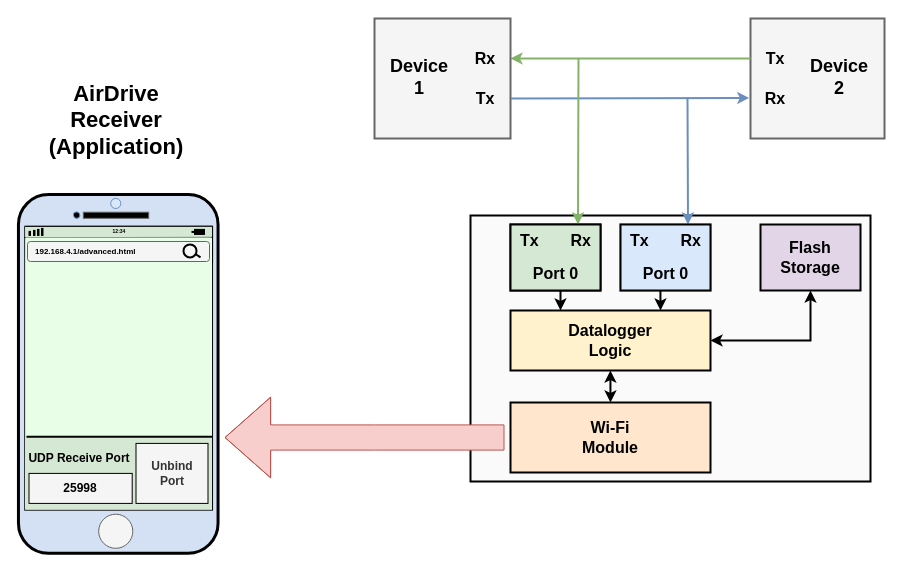
Before: diagrams/keeylog_airdrive_serial_logger/keeylog_airdrive_serial_logger.drawio in Doly02/thesis, a draw.io diagram. Source tidied: cells renumbered, new cells numbered last; positions are measured from the earlier drawing's top-left corner, leaving out a move shared by most shapes. Both pictures are drawn from the tidied source at 100%, with x=0, y=0 at pixel (-62, 17).
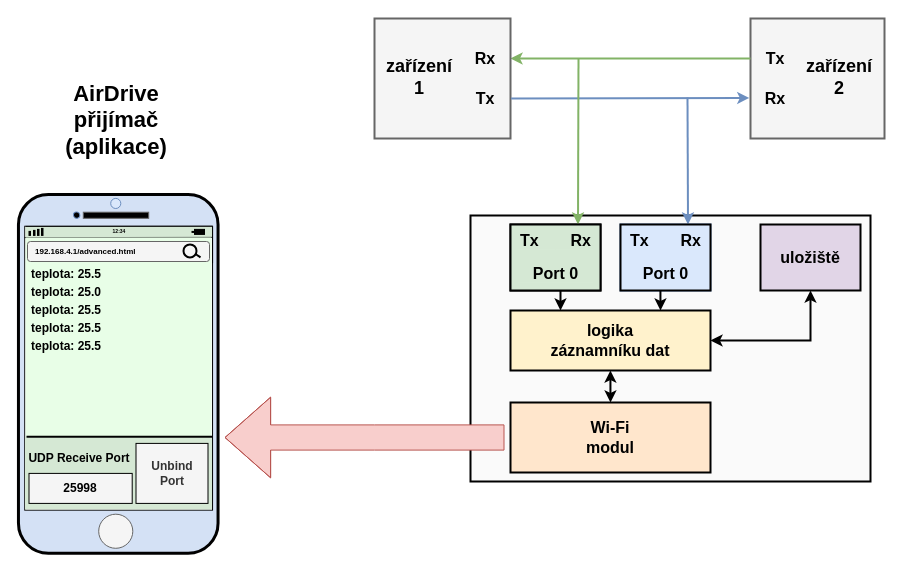
After the change.

Change to the diagram source:
```diff
@@
-    <mxCell id="11" value="&lt;font style=&quot;font-size: 16px;&quot;&gt;&lt;b&gt;Flash&lt;/b&gt;&lt;/font&gt;&lt;div&gt;&lt;font style=&quot;font-size: 16px;&quot;&gt;&lt;b&gt;Storage&lt;/b&gt;&lt;/font&gt;&lt;/div&gt;" style="rounded=0;whiteSpace=wrap;html=1;strokeWidth=2;fillColor=#e1d5e7;strokeColor=#000000;" parent="1" vertex="1">
+    <mxCell id="11" value="&lt;span style=&quot;font-size: 16px;&quot;&gt;&lt;b&gt;uložiště&lt;/b&gt;&lt;/span&gt;" style="rounded=0;whiteSpace=wrap;html=1;strokeWidth=2;fillColor=#e1d5e7;strokeColor=#000000;" parent="1" vertex="1">
       <mxGeometry x="822" y="207" width="100" height="66" as="geometry" />
     </mxCell>
@@
-    <mxCell id="16" value="&lt;font style=&quot;font-size: 16px;&quot;&gt;&lt;b&gt;Wi-Fi&lt;/b&gt;&lt;/font&gt;&lt;div&gt;&lt;font style=&quot;font-size: 16px;&quot;&gt;&lt;b&gt;Module&lt;/b&gt;&lt;/font&gt;&lt;/div&gt;" style="rounded=0;whiteSpace=wrap;html=1;strokeWidth=2;fillColor=#ffe6cc;strokeColor=#000000;" parent="1" vertex="1">
+    <mxCell id="16" value="&lt;font style=&quot;font-size: 16px;&quot;&gt;&lt;b&gt;Wi-Fi&lt;/b&gt;&lt;/font&gt;&lt;div&gt;&lt;font style=&quot;font-size: 16px;&quot;&gt;&lt;b&gt;modul&lt;/b&gt;&lt;/font&gt;&lt;/div&gt;" style="rounded=0;whiteSpace=wrap;html=1;strokeWidth=2;fillColor=#ffe6cc;strokeColor=#000000;" parent="1" vertex="1">
       <mxGeometry x="572" y="385" width="200" height="70" as="geometry" />
     </mxCell>
@@
-    <mxCell id="26" value="&lt;font style=&quot;font-size: 16px;&quot;&gt;&lt;b&gt;Datalogger&lt;/b&gt;&lt;/font&gt;&lt;div&gt;&lt;font style=&quot;font-size: 16px;&quot;&gt;&lt;b&gt;Logic&lt;/b&gt;&lt;/font&gt;&lt;/div&gt;" style="rounded=0;whiteSpace=wrap;html=1;strokeWidth=2;fillColor=#fff2cc;strokeColor=#000000;" parent="1" vertex="1">
+    <mxCell id="26" value="&lt;span style=&quot;font-size: 16px;&quot;&gt;&lt;b&gt;logika&lt;/b&gt;&lt;/span&gt;&lt;div&gt;&lt;span style=&quot;font-size: 16px;&quot;&gt;&lt;b&gt;záznamníku dat&lt;/b&gt;&lt;/span&gt;&lt;/div&gt;" style="rounded=0;whiteSpace=wrap;html=1;strokeWidth=2;fillColor=#fff2cc;strokeColor=#000000;" parent="1" vertex="1">
       <mxGeometry x="572" y="293" width="200" height="60" as="geometry" />
     </mxCell>
@@
-    <mxCell id="54" value="&lt;font style=&quot;font-size: 22px;&quot;&gt;&lt;b&gt;AirDrive&lt;/b&gt;&lt;/font&gt;&lt;div&gt;&lt;font style=&quot;font-size: 22px;&quot;&gt;&lt;b&gt;Receiver&lt;/b&gt;&lt;/font&gt;&lt;/div&gt;&lt;div&gt;&lt;font style=&quot;font-size: 22px;&quot;&gt;&lt;b&gt;(Application)&lt;/b&gt;&lt;/font&gt;&lt;/div&gt;" style="text;html=1;align=center;verticalAlign=middle;whiteSpace=wrap;rounded=0;" parent="1" vertex="1">
+    <mxCell id="54" value="&lt;font style=&quot;font-size: 22px;&quot;&gt;&lt;b&gt;AirDrive&lt;/b&gt;&lt;/font&gt;&lt;div&gt;&lt;span style=&quot;font-size: 22px;&quot;&gt;&lt;b&gt;přijímač&lt;/b&gt;&lt;/span&gt;&lt;/div&gt;&lt;div&gt;&lt;font style=&quot;font-size: 22px;&quot;&gt;&lt;b&gt;(aplikace)&lt;/b&gt;&lt;/font&gt;&lt;/div&gt;" style="text;html=1;align=center;verticalAlign=middle;whiteSpace=wrap;rounded=0;" parent="1" vertex="1">
       <mxGeometry x="84.5" y="28" width="186" height="149" as="geometry" />
     </mxCell>
@@
-    <mxCell id="56" value="&lt;font style=&quot;font-size: 18px;&quot;&gt;&lt;b&gt;Device&lt;/b&gt;&lt;/font&gt;&lt;div&gt;&lt;font style=&quot;font-size: 18px;&quot;&gt;&lt;b&gt;1&lt;/b&gt;&lt;/font&gt;&lt;/div&gt;" style="text;html=1;align=center;verticalAlign=middle;whiteSpace=wrap;rounded=0;" parent="1" vertex="1">
+    <mxCell id="56" value="&lt;b style=&quot;font-size: 18px;&quot;&gt;zařízení&lt;/b&gt;&lt;br&gt;&lt;div&gt;&lt;font style=&quot;font-size: 18px;&quot;&gt;&lt;b&gt;1&lt;/b&gt;&lt;/font&gt;&lt;/div&gt;" style="text;html=1;align=center;verticalAlign=middle;whiteSpace=wrap;rounded=0;" parent="1" vertex="1">
       <mxGeometry x="436" width="90" height="120" as="geometry" />
     </mxCell>
-    <mxCell id="57" value="&lt;font style=&quot;font-size: 18px;&quot;&gt;&lt;b&gt;Device&lt;/b&gt;&lt;/font&gt;&lt;div&gt;&lt;span style=&quot;font-size: 18px;&quot;&gt;&lt;b&gt;2&lt;/b&gt;&lt;/span&gt;&lt;/div&gt;" style="text;html=1;align=center;verticalAlign=middle;whiteSpace=wrap;rounded=0;" parent="1" vertex="1">
+    <mxCell id="57" value="&lt;span style=&quot;font-size: 18px;&quot;&gt;&lt;b&gt;zařízení&lt;/b&gt;&lt;/span&gt;&lt;br&gt;&lt;div&gt;&lt;span style=&quot;font-size: 18px;&quot;&gt;&lt;b&gt;2&lt;/b&gt;&lt;/span&gt;&lt;/div&gt;" style="text;html=1;align=center;verticalAlign=middle;whiteSpace=wrap;rounded=0;" parent="1" vertex="1">
       <mxGeometry x="856" width="90" height="120" as="geometry" />
     </mxCell>
@@
+    <mxCell id="62" value="&lt;b&gt;teplota: 25.5&lt;/b&gt;" style="text;html=1;align=left;verticalAlign=middle;whiteSpace=wrap;rounded=0;" parent="1" vertex="1">
+      <mxGeometry x="90.5" y="248.2" width="84.5" height="18" as="geometry" />
+    </mxCell>
+    <mxCell id="63" value="&lt;b&gt;teplota: 25.0&lt;/b&gt;" style="text;html=1;align=left;verticalAlign=middle;whiteSpace=wrap;rounded=0;" parent="1" vertex="1">
+      <mxGeometry x="90.5" y="266.2" width="84.5" height="18" as="geometry" />
+    </mxCell>
+    <mxCell id="64" value="&lt;b&gt;teplota: 25.5&lt;/b&gt;" style="text;html=1;align=left;verticalAlign=middle;whiteSpace=wrap;rounded=0;" parent="1" vertex="1">
+      <mxGeometry x="90.5" y="284.2" width="84.5" height="18" as="geometry" />
+    </mxCell>
+    <mxCell id="65" value="&lt;b&gt;teplota: 25.5&lt;/b&gt;" style="text;html=1;align=left;verticalAlign=middle;whiteSpace=wrap;rounded=0;" parent="1" vertex="1">
+      <mxGeometry x="90.5" y="302.2" width="84.5" height="18" as="geometry" />
+    </mxCell>
+    <mxCell id="66" value="&lt;b&gt;teplota: 25.5&lt;/b&gt;" style="text;html=1;align=left;verticalAlign=middle;whiteSpace=wrap;rounded=0;" parent="1" vertex="1">
+      <mxGeometry x="90.5" y="320.2" width="84.5" height="18" as="geometry" />
+    </mxCell>
```
